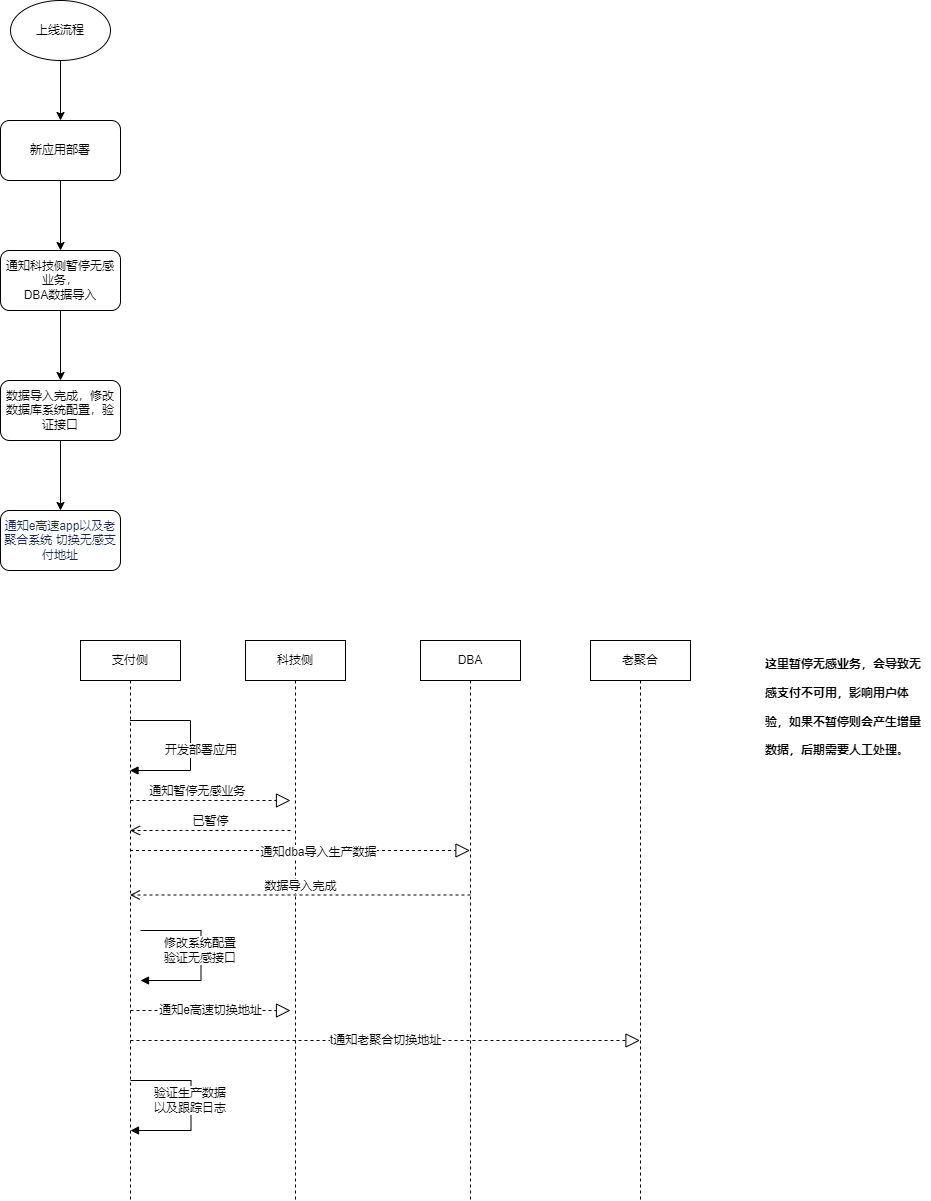
Earlier version of the draw.io export 无感支付上线.png (songyibo2019/mydiagrams). Source tidied: cells renumbered, new cells last; positions are measured from the earlier drawing's top-left corner, leaving out a move shared by most shapes.
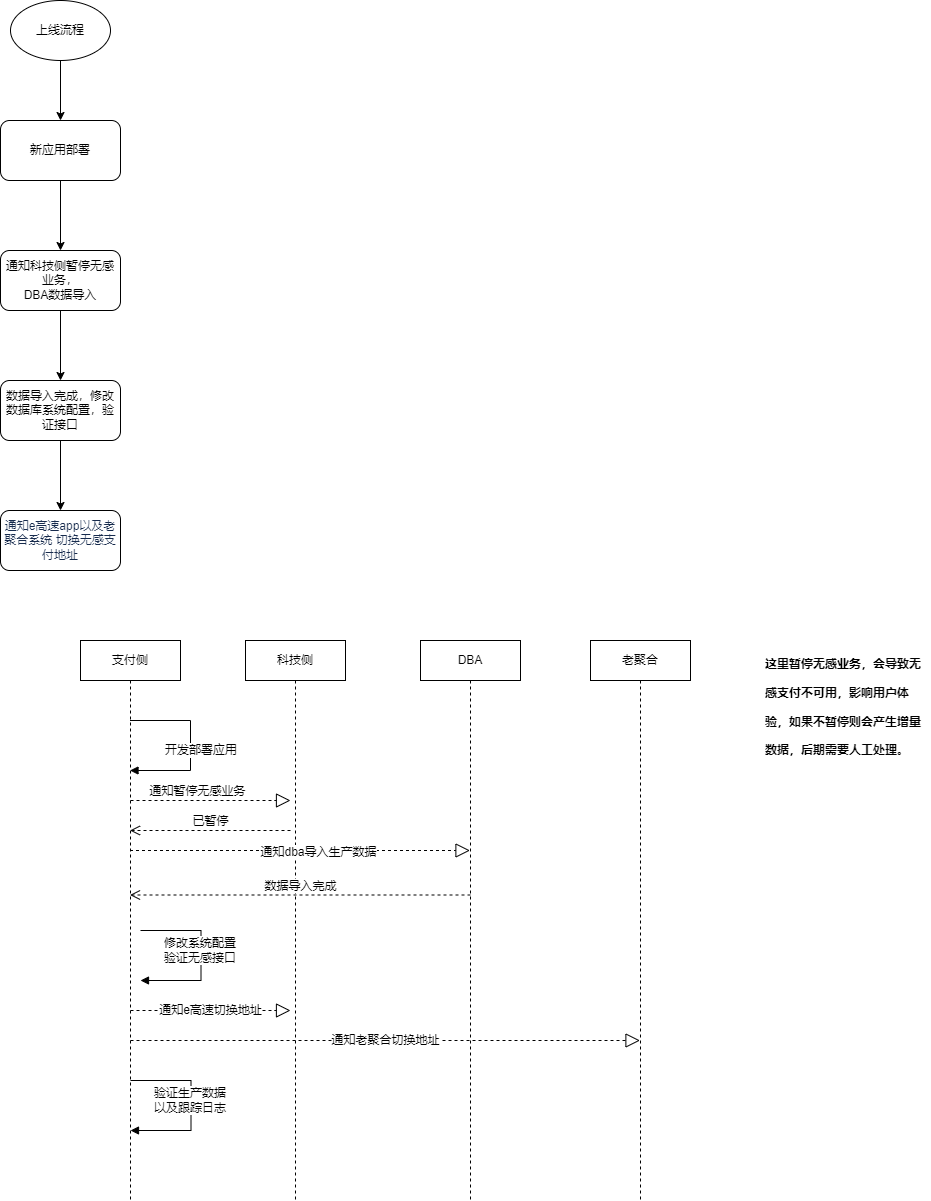
Above is the later version.

Commit message:
Update 无感支付上线.png

The edit, as a diff of the source:
```diff
@@ -38,7 +38,7 @@
         <mxPoint x="210" y="370" as="targetPoint" />
       </mxGeometry>
     </mxCell>
-    <mxCell id="13" value="t通知老聚合切换地址" style="endArrow=block;dashed=1;endFill=0;endSize=12;html=1;rounded=0;fontSize=12;" parent="11" edge="1" target="23">
+    <mxCell id="13" value="通知老聚合切换地址" style="endArrow=block;dashed=1;endFill=0;endSize=12;html=1;rounded=0;fontSize=12;" parent="11" edge="1" target="23">
       <mxGeometry relative="1" as="geometry">
         <mxPoint x="50" y="400" as="sourcePoint" />
       </mxGeometry>
```
